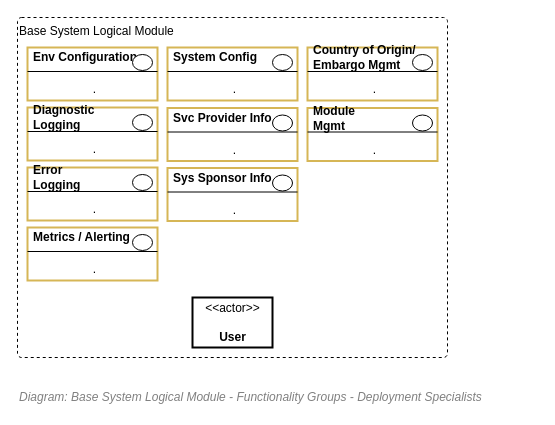
Earlier version of the draw.io diagram 43.Functionality View/Functionality View - Required Capabilities - Deployment Specialist.drawio (skysgh/System.Design.Resources.Service). Source tidied: cells renumbered, new cells numbered last; positions are measured from the earlier drawing's top-left corner, leaving out a move shared by most shapes. Both pictures are drawn from the tidied source at 100%, with x=0, y=0 at pixel (17, 17).
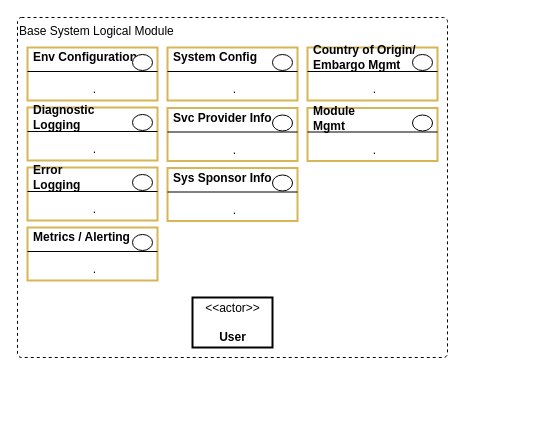
Above is the later version.

Change to the diagram source:
```diff
@@
-    <mxCell id="2" value="&lt;font style=&quot;font-size: 12px&quot;&gt;Diagram: Base System Logical Module - Functionality Groups - Deployment Specialists&lt;/font&gt;" style="text;strokeColor=none;fillColor=none;html=1;fontSize=12;fontStyle=2;verticalAlign=middle;align=left;shadow=0;glass=0;comic=0;opacity=30;fontColor=#808080;strokeWidth=1;" parent="1" vertex="1">
-      <mxGeometry y="370" width="520" height="20" as="geometry" />
-    </mxCell>
```
